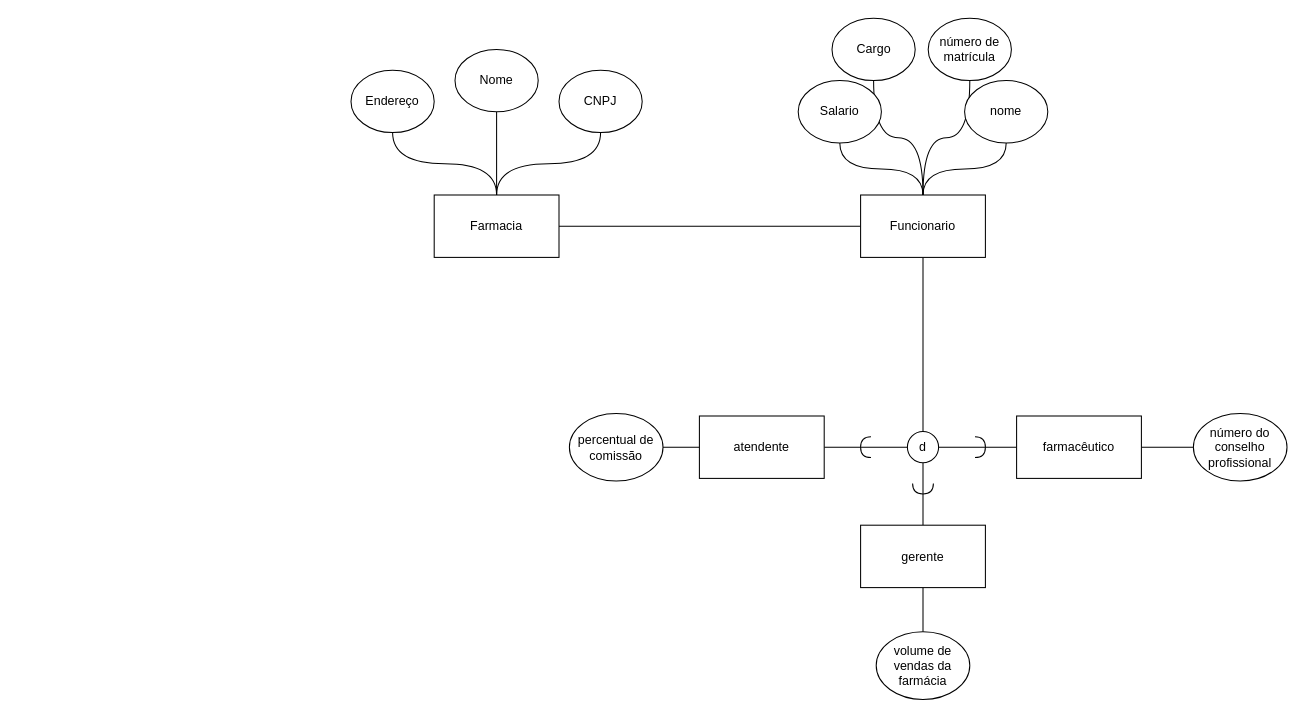
Above: at4.drawio in gv01d/BD (draw.io), before the change. Source tidied: cells renumbered, new cells numbered last; positions are measured from the earlier drawing's top-left corner, leaving out a move shared by most shapes. Both pictures are drawn from the tidied source at 104%, with x=0, y=0 at pixel (350, 18).
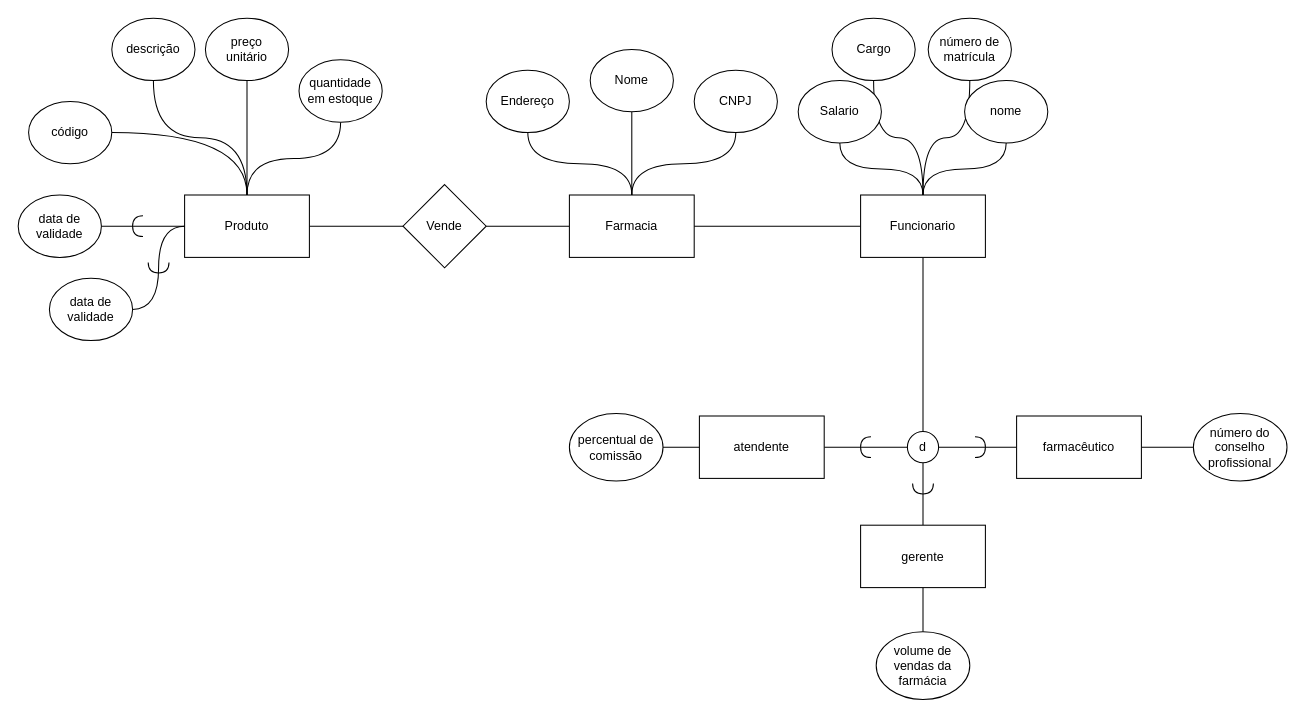
Above is the later version.

The edit, as a diff of the source:
```diff
@@
+    <mxCell id="36" style="edgeStyle=orthogonalEdgeStyle;rounded=0;jettySize=auto;html=1;entryX=1;entryY=0.5;entryDx=0;entryDy=0;endArrow=none;endFill=0;curved=1;" parent="1" edge="1" source="5" target="39">
+      <mxGeometry relative="1" as="geometry" />
+    </mxCell>
     <mxCell id="5" value="Farmacia" style="rounded=0;whiteSpace=wrap;html=1;" parent="1" vertex="1">
-      <mxGeometry x="80" y="170" width="120" height="60" as="geometry" />
+      <mxGeometry x="210" y="170" width="120" height="60" as="geometry" />
     </mxCell>
     <mxCell id="6" value="&lt;div&gt;Nome&lt;/div&gt;" style="ellipse;whiteSpace=wrap;html=1;" parent="1" vertex="1">
-      <mxGeometry x="100" y="30" width="80" height="60" as="geometry" />
+      <mxGeometry x="230" y="30" width="80" height="60" as="geometry" />
     </mxCell>
     <mxCell id="7" value="CNPJ" style="ellipse;whiteSpace=wrap;html=1;" parent="1" vertex="1">
-      <mxGeometry x="200" y="50" width="80" height="60" as="geometry" />
+      <mxGeometry x="330" y="50" width="80" height="60" as="geometry" />
     </mxCell>
     <mxCell id="8" value="Endereço" style="ellipse;whiteSpace=wrap;html=1;" parent="1" vertex="1">
-      <mxGeometry y="50" width="80" height="60" as="geometry" />
+      <mxGeometry x="130" y="50" width="80" height="60" as="geometry" />
     </mxCell>
@@
+    <mxCell id="37" style="edgeStyle=orthogonalEdgeStyle;rounded=0;jettySize=auto;html=1;entryX=0;entryY=0.5;entryDx=0;entryDy=0;curved=1;endArrow=none;endFill=0;" parent="1" edge="1" source="38" target="39">
+      <mxGeometry relative="1" as="geometry" />
+    </mxCell>
+    <mxCell id="38" value="Produto" style="rounded=0;whiteSpace=wrap;html=1;" parent="1" vertex="1">
+      <mxGeometry x="-160" y="170" width="120" height="60" as="geometry" />
+    </mxCell>
+    <mxCell id="39" value="Vende" style="rhombus;whiteSpace=wrap;html=1;" parent="1" vertex="1">
+      <mxGeometry x="50" y="160" width="80" height="80" as="geometry" />
+    </mxCell>
+    <mxCell id="40" style="edgeStyle=orthogonalEdgeStyle;rounded=0;jettySize=auto;html=1;curved=1;endArrow=none;endFill=0;" parent="1" edge="1" source="41" target="38">
+      <mxGeometry relative="1" as="geometry" />
+    </mxCell>
+    <mxCell id="41" value="preço&lt;br&gt; unitário" style="ellipse;whiteSpace=wrap;html=1;" parent="1" vertex="1">
+      <mxGeometry x="-140" width="80" height="60" as="geometry" />
+    </mxCell>
+    <mxCell id="42" style="edgeStyle=orthogonalEdgeStyle;rounded=0;jettySize=auto;html=1;curved=1;endArrow=none;endFill=0;" parent="1" edge="1" source="43" target="38">
+      <mxGeometry relative="1" as="geometry" />
+    </mxCell>
+    <mxCell id="43" value="quantidade em estoque" style="ellipse;whiteSpace=wrap;html=1;" parent="1" vertex="1">
+      <mxGeometry x="-50" y="40" width="80" height="60" as="geometry" />
+    </mxCell>
+    <mxCell id="44" style="edgeStyle=orthogonalEdgeStyle;rounded=0;jettySize=auto;html=1;curved=1;endArrow=none;endFill=0;" parent="1" edge="1" source="45" target="38">
+      <mxGeometry relative="1" as="geometry" />
+    </mxCell>
+    <mxCell id="45" value="descrição" style="ellipse;whiteSpace=wrap;html=1;" parent="1" vertex="1">
+      <mxGeometry x="-230" width="80" height="60" as="geometry" />
+    </mxCell>
+    <mxCell id="46" style="edgeStyle=orthogonalEdgeStyle;rounded=0;jettySize=auto;html=1;curved=1;endArrow=none;endFill=0;" parent="1" edge="1" source="47" target="38">
+      <mxGeometry relative="1" as="geometry" />
+    </mxCell>
+    <mxCell id="47" value="código" style="ellipse;whiteSpace=wrap;html=1;" parent="1" vertex="1">
+      <mxGeometry x="-310" y="80" width="80" height="60" as="geometry" />
+    </mxCell>
+    <mxCell id="48" style="edgeStyle=orthogonalEdgeStyle;rounded=0;jettySize=auto;html=1;curved=1;endArrow=none;endFill=0;" parent="1" edge="1" source="49" target="38">
+      <mxGeometry relative="1" as="geometry" />
+    </mxCell>
+    <mxCell id="49" value="data de validade" style="ellipse;whiteSpace=wrap;html=1;" parent="1" vertex="1">
+      <mxGeometry x="-320" y="170" width="80" height="60" as="geometry" />
+    </mxCell>
+    <mxCell id="50" style="shape=requiredInterface;html=1;verticalLabelPosition=bottom;sketch=0;rotation=-180;" parent="1" vertex="1">
+      <mxGeometry x="-210" y="190" width="10" height="20" as="geometry" />
+    </mxCell>
+    <mxCell id="51" style="edgeStyle=orthogonalEdgeStyle;rounded=0;jettySize=auto;html=1;entryX=0;entryY=0.5;entryDx=0;entryDy=0;curved=1;endArrow=none;endFill=0;" parent="1" edge="1" source="52" target="38">
+      <mxGeometry relative="1" as="geometry" />
+    </mxCell>
+    <mxCell id="52" value="data de validade" style="ellipse;whiteSpace=wrap;html=1;" parent="1" vertex="1">
+      <mxGeometry x="-290" y="250" width="80" height="60" as="geometry" />
+    </mxCell>
+    <mxCell id="53" style="shape=requiredInterface;html=1;verticalLabelPosition=bottom;sketch=0;rotation=90;" parent="1" vertex="1">
+      <mxGeometry x="-190" y="230" width="10" height="20" as="geometry" />
+    </mxCell>
```
